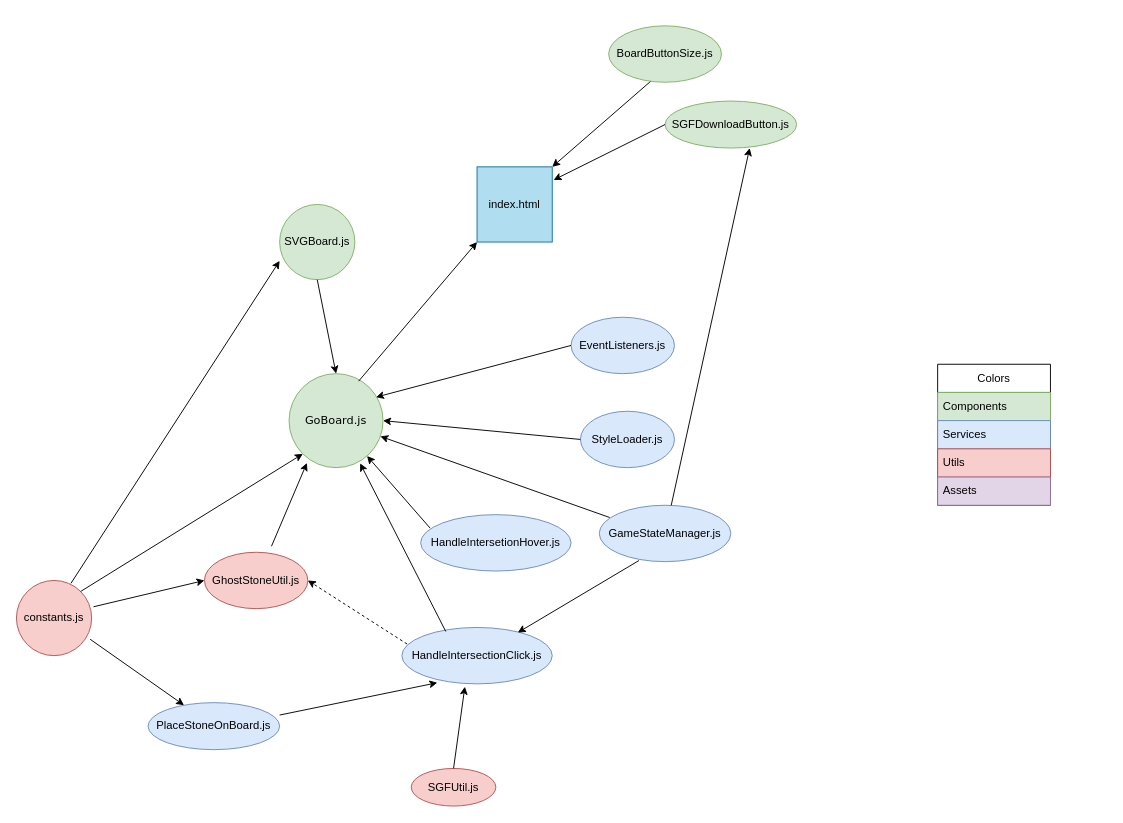
Earlier version of the draw.io diagram WebGo.drawio (enokiLucas/Diagrams). Source tidied: cells renumbered, new cells numbered last; positions are measured from the earlier drawing's top-left corner, leaving out a move shared by most shapes. Both pictures are drawn from the tidied source at 94%, with x=0, y=0 at pixel (16, 25).
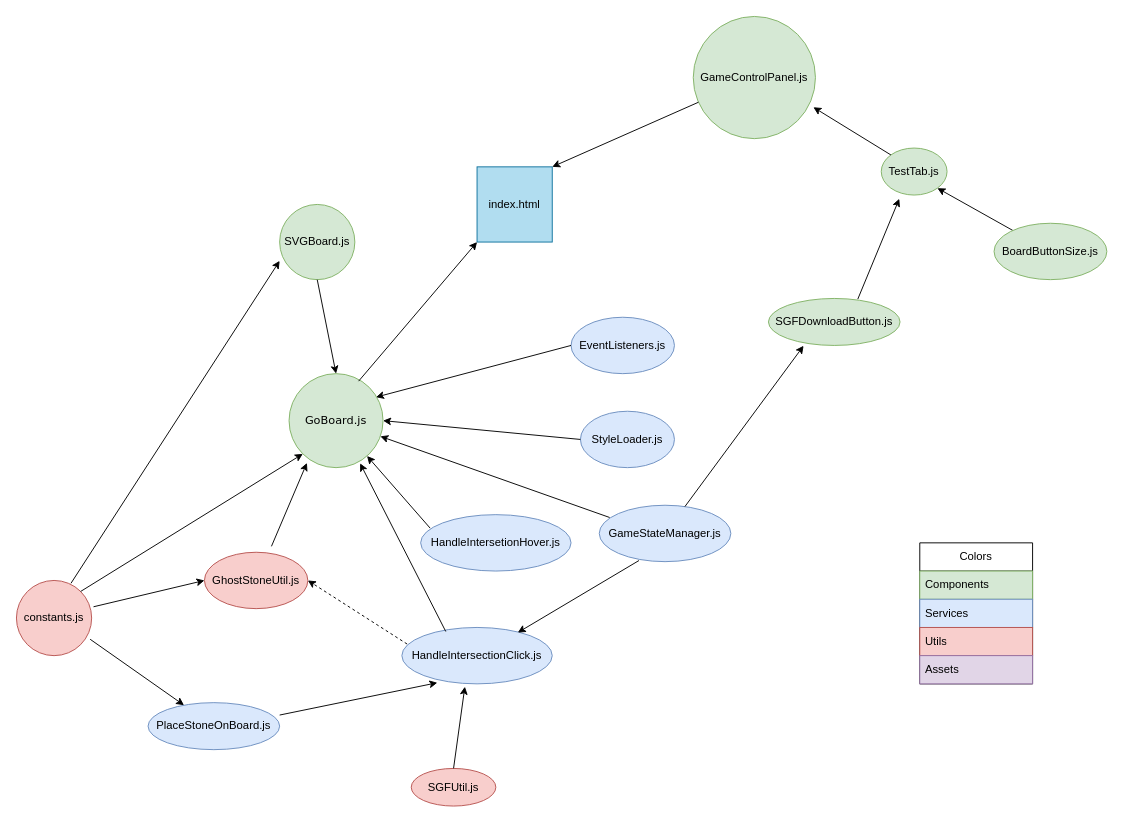
The same diagram, later.

The change refers to these unchanged cells:
```xml
<mxCell id="11" value="index.html" style="whiteSpace=wrap;html=1;fillColor=#b1ddf0;strokeColor=#10739e;" parent="1" vertex="1">
  <mxGeometry x="490" y="150" width="80" height="80" as="geometry" />
</mxCell>
<mxCell id="25" value="GameStateManager.js" style="ellipse;whiteSpace=wrap;html=1;fillColor=#dae8fc;strokeColor=#6c8ebf;" parent="1" vertex="1">
  <mxGeometry x="620" y="510" width="140" height="60" as="geometry" />
</mxCell>
```

Diff of the diagram source:
```diff
@@
     <mxCell id="3" value="Colors" style="swimlane;fontStyle=0;horizontal=1;startSize=30;whiteSpace=wrap;html=1;" parent="1" vertex="1">
-      <mxGeometry x="980" y="360" width="120" height="150" as="geometry" />
+      <mxGeometry x="961" y="550" width="120" height="150" as="geometry" />
     </mxCell>
@@
-    <mxCell id="13" style="endArrow=classic;html=1;rounded=0;exitX=1;exitY=0;exitDx=0;exitDy=0;entryX=1;entryY=0;entryDx=0;entryDy=0;" parent="1" edge="1" source="14" target="11">
+    <mxCell id="13" style="endArrow=classic;html=1;rounded=0;entryX=1;entryY=1;entryDx=0;entryDy=0;" parent="1" edge="1" source="14" target="40">
       <mxGeometry relative="1" as="geometry" />
     </mxCell>
     <mxCell id="14" value="BoardButtonSize.js" style="ellipse;whiteSpace=wrap;html=1;fillColor=#d5e8d4;strokeColor=#82b366;" parent="1" vertex="1">
-      <mxGeometry x="630" width="120" height="60" as="geometry" />
+      <mxGeometry x="1040" y="210" width="120" height="60" as="geometry" />
     </mxCell>
@@
     <mxCell id="37" value="SGFDownloadButton.js" style="ellipse;whiteSpace=wrap;html=1;fillColor=#d5e8d4;strokeColor=#82b366;" parent="1" vertex="1">
-      <mxGeometry x="690" y="80" width="140" height="50" as="geometry" />
+      <mxGeometry x="800" y="290" width="140" height="50" as="geometry" />
     </mxCell>
-    <mxCell id="38" style="endArrow=classic;html=1;rounded=0;entryX=1.018;entryY=0.175;entryDx=0;entryDy=0;entryPerimeter=0;exitX=0;exitY=0.5;exitDx=0;exitDy=0;" parent="1" edge="1" source="37" target="11">
+    <mxCell id="38" style="endArrow=classic;html=1;rounded=0;exitX=0.679;exitY=0.014;exitDx=0;exitDy=0;entryX=0.274;entryY=1.079;entryDx=0;entryDy=0;entryPerimeter=0;exitPerimeter=0;" parent="1" edge="1" source="37" target="40">
       <mxGeometry relative="1" as="geometry" />
     </mxCell>
-    <mxCell id="39" style="endArrow=classic;html=1;rounded=0;entryX=0.643;entryY=1;entryDx=0;entryDy=0;entryPerimeter=0;" parent="1" edge="1" source="25" target="37">
+    <mxCell id="39" style="endArrow=classic;html=1;rounded=0;entryX=0.267;entryY=1.007;entryDx=0;entryDy=0;entryPerimeter=0;" parent="1" edge="1" source="25" target="37">
       <mxGeometry relative="1" as="geometry" />
     </mxCell>
+    <mxCell id="40" value="TestTab.js" style="ellipse;whiteSpace=wrap;html=1;fillColor=#d5e8d4;strokeColor=#82b366;" parent="1" vertex="1">
+      <mxGeometry x="920" y="130" width="70" height="50" as="geometry" />
+    </mxCell>
+    <mxCell id="41" value="GameControlPanel.js" style="ellipse;whiteSpace=wrap;html=1;fillColor=#d5e8d4;strokeColor=#82b366;" parent="1" vertex="1">
+      <mxGeometry x="720" y="-10" width="130" height="130" as="geometry" />
+    </mxCell>
+    <mxCell id="42" style="endArrow=classic;html=1;rounded=0;entryX=0.983;entryY=0.743;entryDx=0;entryDy=0;entryPerimeter=0;exitX=0;exitY=0;exitDx=0;exitDy=0;" parent="1" edge="1" source="40" target="41">
+      <mxGeometry relative="1" as="geometry" />
+    </mxCell>
+    <mxCell id="43" style="endArrow=classic;html=1;rounded=0;entryX=1;entryY=0;entryDx=0;entryDy=0;" parent="1" edge="1" source="41" target="11">
+      <mxGeometry relative="1" as="geometry" />
+    </mxCell>
```
